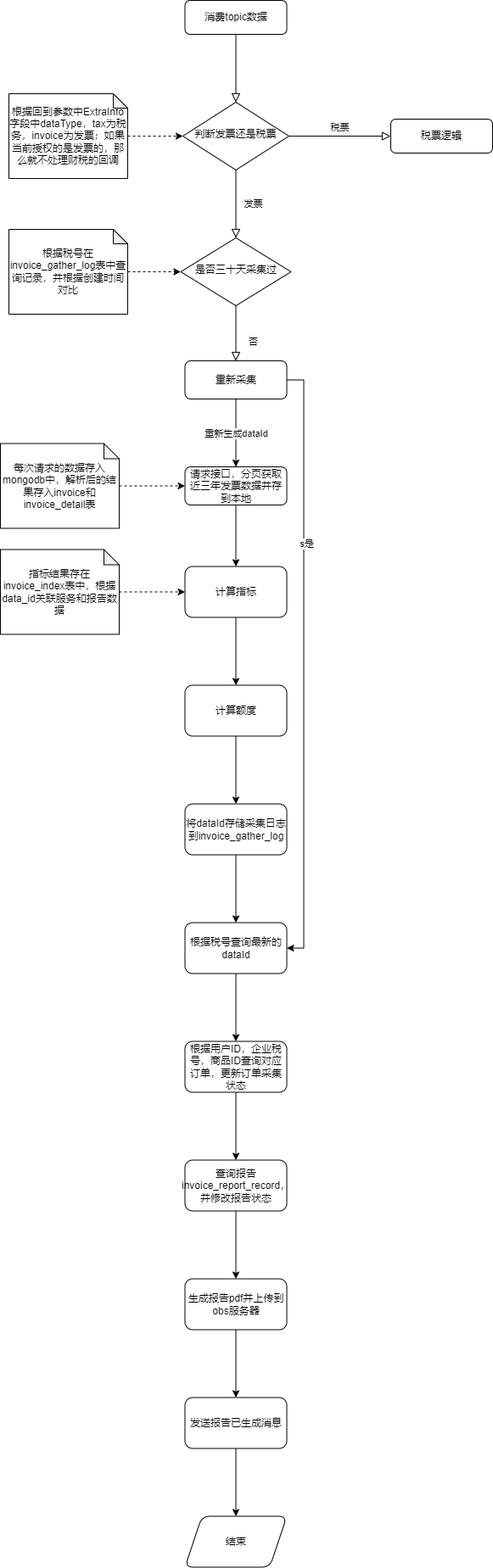
Above: 发票指标逻辑.drawio.png in will-ye/learngitinhome (draw.io), before the change. Source tidied: cells renumbered, new cells last; positions are measured from the earlier drawing's top-left corner, leaving out a move shared by most shapes.
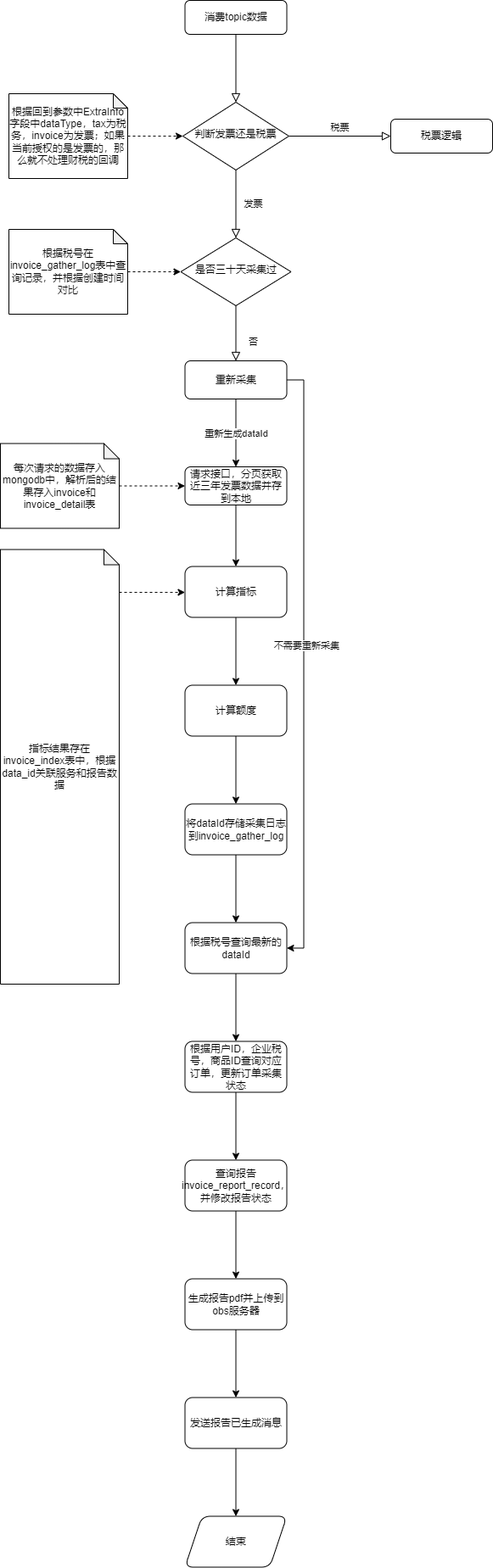
The same file after the commit.

Commit message:
更新发票指标逻辑.drawio.png

The edit, as a diff of the source:
```diff
@@ -37,8 +37,10 @@
     <mxCell id="12" style="edgeStyle=orthogonalEdgeStyle;rounded=0;jettySize=auto;html=1;exitX=1;exitY=0.5;exitDx=0;exitDy=0;entryX=1;entryY=0.5;entryDx=0;entryDy=0;" parent="1" edge="1" source="14" target="30">
       <mxGeometry relative="1" as="geometry" />
     </mxCell>
-    <mxCell id="13" value="s是" style="edgeLabel;html=1;align=center;verticalAlign=middle;" parent="12" vertex="1">
-      <mxGeometry x="-0.4" y="3" relative="1" as="geometry" />
+    <mxCell id="13" value="不需要重新采集" style="edgeLabel;html=1;align=center;verticalAlign=middle;" parent="12" vertex="1">
+      <mxGeometry x="-0.4" y="3" relative="1" as="geometry">
+        <mxPoint y="120" as="offset" />
+      </mxGeometry>
     </mxCell>
     <mxCell id="14" value="重新采集" style="rounded=1;whiteSpace=wrap;html=1;fontSize=12;glass=0;strokeWidth=1;shadow=0;" parent="1" vertex="1">
       <mxGeometry x="217.5" y="425" width="120" height="45" as="geometry" />
@@ -119,10 +121,15 @@
       <mxGeometry x="217.5" y="1787.5" width="120" height="60" as="geometry" />
     </mxCell>
     <mxCell id="40" style="edgeStyle=orthogonalEdgeStyle;rounded=0;jettySize=auto;html=1;dashed=1;" parent="1" edge="1" source="41" target="24">
-      <mxGeometry relative="1" as="geometry" />
+      <mxGeometry relative="1" as="geometry">
+        <Array as="points">
+          <mxPoint x="150" y="698" />
+          <mxPoint x="150" y="698" />
+        </Array>
+      </mxGeometry>
     </mxCell>
     <mxCell id="41" value="指标结果存在invoice_index表中，根据data_id关联服务和报告数据" style="shape=note;whiteSpace=wrap;html=1;backgroundOutline=1;darkOpacity=0.05;size=18;" parent="1" vertex="1">
-      <mxGeometry y="647.5" width="140" height="100" as="geometry" />
+      <mxGeometry y="647.5" width="140" height="512.5" as="geometry" />
     </mxCell>
   </root>
 </mxGraphModel>
```
